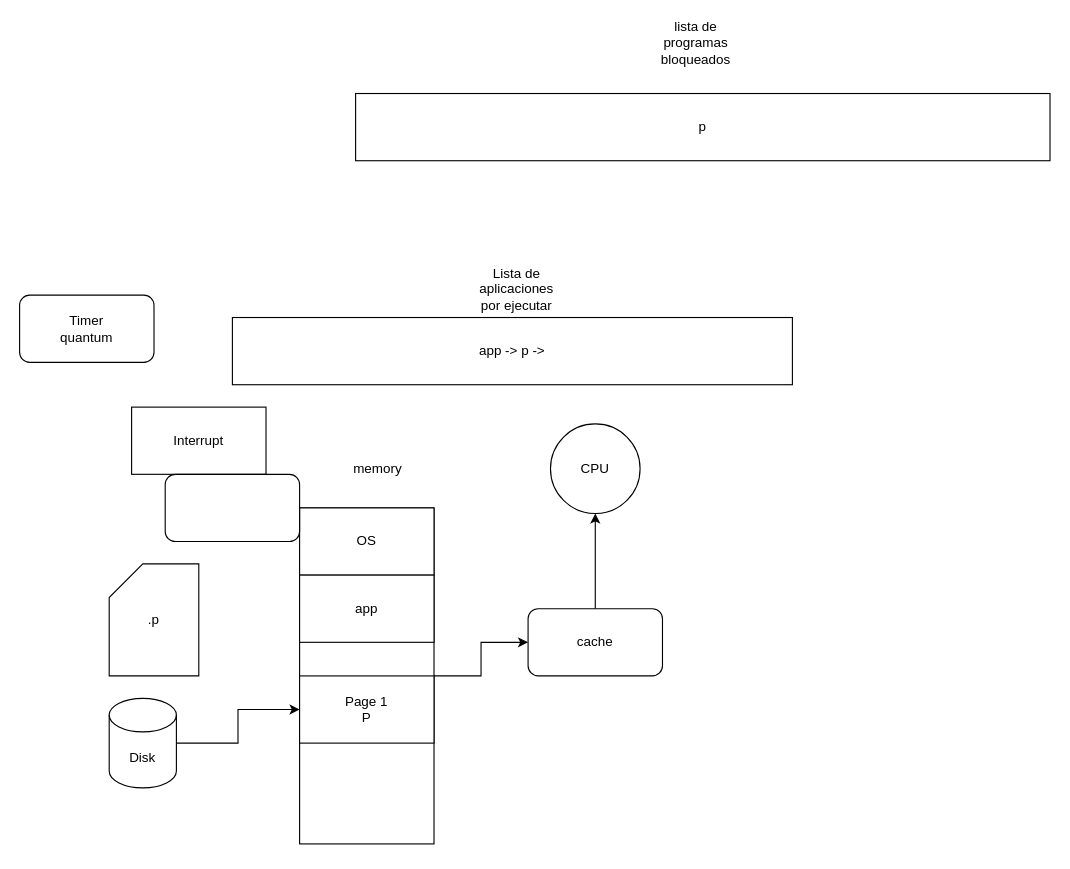
The draw.io diagram page "Página-1" (1 of 4) of Apuntes-13-02-2024.drawio in KevinCordoba/RepositoriodeDiagramas, before the edit. Source tidied: cells renumbered, new cells numbered last; positions are measured from the earlier drawing's top-left corner, leaving out a move shared by most shapes. Both pictures are drawn from the tidied source at 112%, with x=0, y=0 at pixel (19, 26).
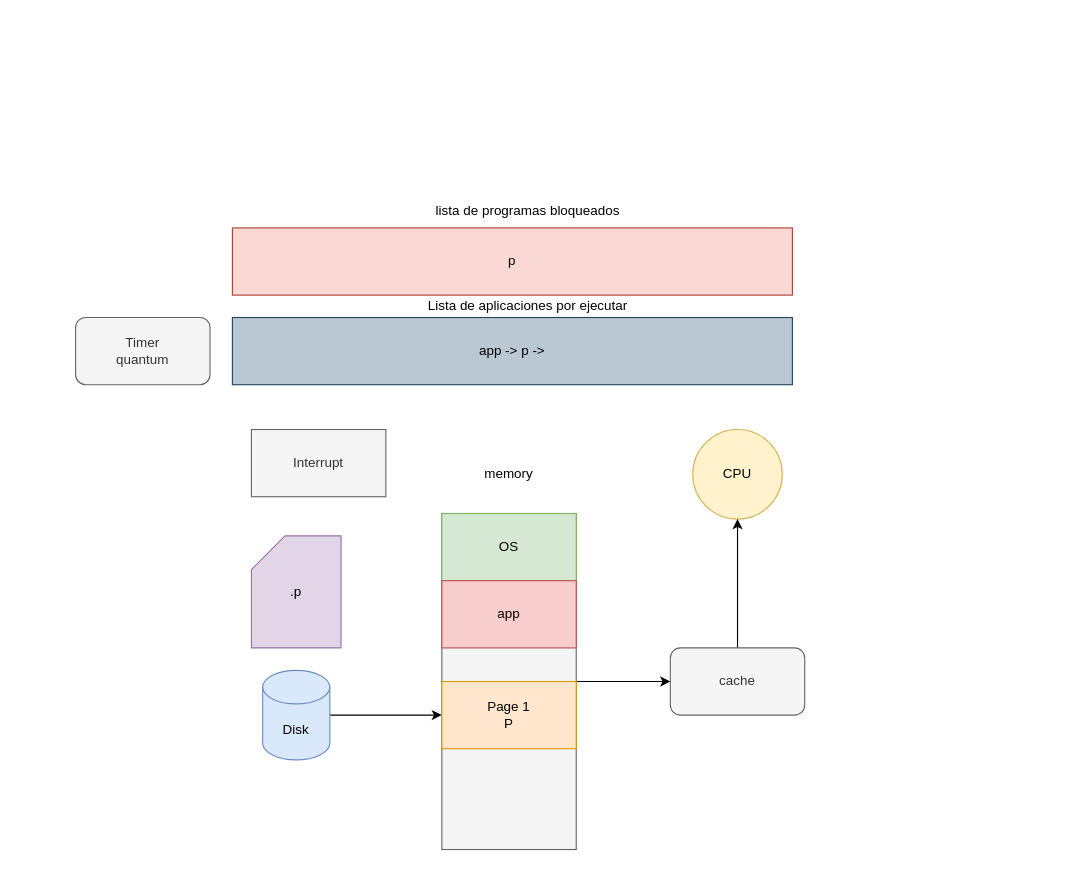
After the change.

Diff of the diagram source:
```diff
@@
-    <mxCell id="3" value="Disk" style="shape=cylinder3;whiteSpace=wrap;html=1;boundedLbl=1;backgroundOutline=1;size=15;" parent="1" vertex="1">
-      <mxGeometry x="80" y="600" width="60" height="80" as="geometry" />
+    <mxCell id="3" value="Disk" style="shape=cylinder3;whiteSpace=wrap;html=1;boundedLbl=1;backgroundOutline=1;size=15;fillColor=#dae8fc;strokeColor=#6c8ebf;" parent="1" vertex="1">
+      <mxGeometry x="217" y="575" width="60" height="80" as="geometry" />
     </mxCell>
@@
-    <mxCell id="5" style="rounded=0;whiteSpace=wrap;html=1;" parent="1" vertex="1">
-      <mxGeometry x="250" y="430" width="120" height="300" as="geometry" />
+    <mxCell id="5" style="rounded=0;whiteSpace=wrap;html=1;fillColor=#f5f5f5;fontColor=#333333;strokeColor=#666666;" parent="1" vertex="1">
+      <mxGeometry x="377" y="435" width="120" height="300" as="geometry" />
     </mxCell>
     <mxCell id="6" value="memory" style="text;html=1;align=center;verticalAlign=middle;whiteSpace=wrap;rounded=0;" parent="1" vertex="1">
-      <mxGeometry x="290" y="380" width="60" height="30" as="geometry" />
+      <mxGeometry x="407" y="385" width="60" height="30" as="geometry" />
     </mxCell>
-    <mxCell id="7" value="CPU" style="ellipse;whiteSpace=wrap;html=1;" parent="1" vertex="1">
-      <mxGeometry x="474" y="355" width="80" height="80" as="geometry" />
+    <mxCell id="7" value="CPU" style="ellipse;whiteSpace=wrap;html=1;fillColor=#fff2cc;strokeColor=#d6b656;" parent="1" vertex="1">
+      <mxGeometry x="601" y="360" width="80" height="80" as="geometry" />
     </mxCell>
-    <mxCell id="8" value="OS" style="rounded=0;whiteSpace=wrap;html=1;" parent="1" vertex="1">
-      <mxGeometry x="250" y="430" width="120" height="60" as="geometry" />
+    <mxCell id="8" value="OS" style="rounded=0;whiteSpace=wrap;html=1;fillColor=#d5e8d4;strokeColor=#82b366;" parent="1" vertex="1">
+      <mxGeometry x="377" y="435" width="120" height="60" as="geometry" />
     </mxCell>
-    <mxCell id="9" value="app" style="rounded=0;whiteSpace=wrap;html=1;" parent="1" vertex="1">
-      <mxGeometry x="250" y="490" width="120" height="60" as="geometry" />
+    <mxCell id="9" value="app" style="rounded=0;whiteSpace=wrap;html=1;fillColor=#f8cecc;strokeColor=#b85450;" parent="1" vertex="1">
+      <mxGeometry x="377" y="495" width="120" height="60" as="geometry" />
     </mxCell>
-    <mxCell id="10" value=".p" style="shape=card;whiteSpace=wrap;html=1;" parent="1" vertex="1">
-      <mxGeometry x="80" y="480" width="80" height="100" as="geometry" />
+    <mxCell id="10" value=".p" style="shape=card;whiteSpace=wrap;html=1;fillColor=#e1d5e7;strokeColor=#9673a6;" parent="1" vertex="1">
+      <mxGeometry x="207" y="455" width="80" height="100" as="geometry" />
     </mxCell>
-    <mxCell id="11" value="Interrupt" style="rounded=0;whiteSpace=wrap;html=1;" parent="1" vertex="1">
-      <mxGeometry x="100" y="340" width="120" height="60" as="geometry" />
+    <mxCell id="11" value="Interrupt" style="rounded=0;whiteSpace=wrap;html=1;fillColor=#f5f5f5;fontColor=#333333;strokeColor=#666666;" parent="1" vertex="1">
+      <mxGeometry x="207" y="360" width="120" height="60" as="geometry" />
     </mxCell>
-    <mxCell id="12" value="Page 1&lt;br&gt;P" style="rounded=0;whiteSpace=wrap;html=1;" parent="1" vertex="1">
-      <mxGeometry x="250" y="580" width="120" height="60" as="geometry" />
+    <mxCell id="12" value="Page 1&lt;br&gt;P" style="rounded=0;whiteSpace=wrap;html=1;fillColor=#ffe6cc;strokeColor=#d79b00;" parent="1" vertex="1">
+      <mxGeometry x="377" y="585" width="120" height="60" as="geometry" />
     </mxCell>
-    <mxCell id="13" value="app -&amp;gt; p -&amp;gt;" style="rounded=0;whiteSpace=wrap;html=1;" parent="1" vertex="1">
+    <mxCell id="13" value="app -&amp;gt; p -&amp;gt;" style="rounded=0;whiteSpace=wrap;html=1;fillColor=#bac8d3;strokeColor=#23445d;" parent="1" vertex="1">
       <mxGeometry x="190" y="260" width="500" height="60" as="geometry" />
     </mxCell>
     <mxCell id="14" value="Lista de aplicaciones por ejecutar" style="text;html=1;align=center;verticalAlign=middle;whiteSpace=wrap;rounded=0;" parent="1" vertex="1">
-      <mxGeometry x="414" y="220" width="60" height="30" as="geometry" />
+      <mxGeometry x="351" y="230" width="206" height="40" as="geometry" />
     </mxCell>
-    <mxCell id="15" style="rounded=1;whiteSpace=wrap;html=1;" parent="1" vertex="1">
-      <mxGeometry x="130" y="400" width="120" height="60" as="geometry" />
-    </mxCell>
-    <mxCell id="16" value="Timer &lt;br&gt;quantum" style="rounded=1;whiteSpace=wrap;html=1;" parent="1" vertex="1">
-      <mxGeometry y="240" width="120" height="60" as="geometry" />
+    <mxCell id="16" value="Timer &lt;br&gt;quantum" style="rounded=1;whiteSpace=wrap;html=1;fillColor=#f5f5f5;strokeColor=#666666;fontColor=#333333;" parent="1" vertex="1">
+      <mxGeometry x="50" y="260" width="120" height="60" as="geometry" />
     </mxCell>
@@
-    <mxCell id="18" value="cache" style="rounded=1;whiteSpace=wrap;html=1;" parent="1" vertex="1">
-      <mxGeometry x="454" y="520" width="120" height="60" as="geometry" />
+    <mxCell id="18" value="cache" style="rounded=1;whiteSpace=wrap;html=1;fillColor=#f5f5f5;fontColor=#333333;strokeColor=#666666;" parent="1" vertex="1">
+      <mxGeometry x="581" y="555" width="120" height="60" as="geometry" />
     </mxCell>
-    <mxCell id="19" value="p" style="rounded=0;whiteSpace=wrap;html=1;" parent="1" vertex="1">
-      <mxGeometry x="300" y="60" width="620" height="60" as="geometry" />
+    <mxCell id="19" value="p" style="rounded=0;whiteSpace=wrap;html=1;fillColor=#fad9d5;strokeColor=#ae4132;" parent="1" vertex="1">
+      <mxGeometry x="190" y="180" width="500" height="60" as="geometry" />
     </mxCell>
     <mxCell id="20" value="lista de programas bloqueados" style="text;html=1;align=center;verticalAlign=middle;whiteSpace=wrap;rounded=0;" parent="1" vertex="1">
-      <mxGeometry x="574" width="60" height="30" as="geometry" />
+      <mxGeometry x="351" y="150" width="206" height="30" as="geometry" />
     </mxCell>
```
